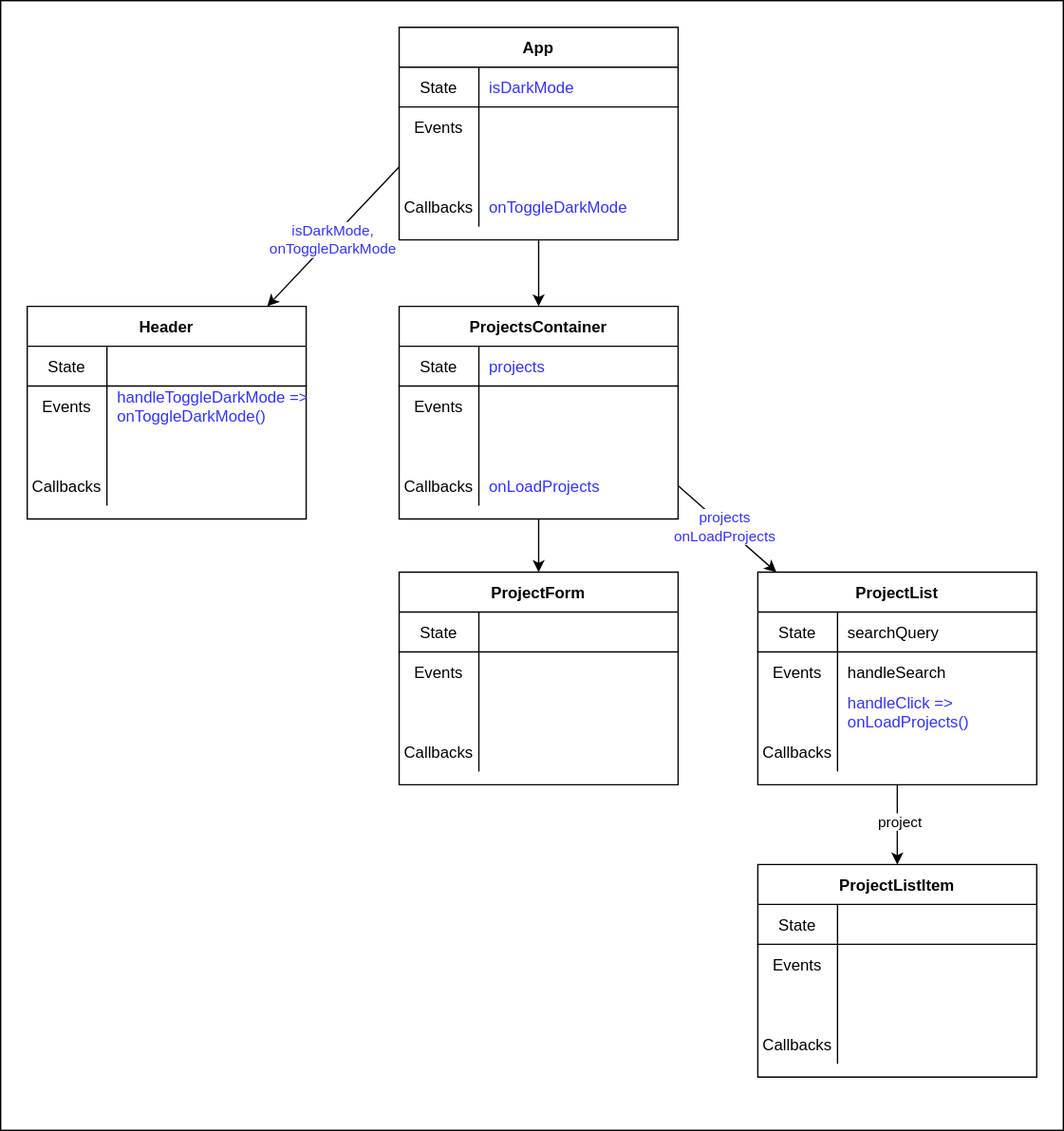
learn-co-curriculum/SENG-LIVE-013023-Phase-2-React keeps this draw.io diagram as 03_information_flow/assets/component-hierarchy-with-updated-data-flow.drawio.svg. Above is the earlier version. Source tidied: cells renumbered, new cells last; positions are measured from the earlier drawing's top-left corner, leaving out a move shared by most shapes. Its diagram source:
```xml
<mxGraphModel>
  <root>
    <mxCell id="0" />
    <mxCell id="1" parent="0" />
    <mxCell id="2" style="rounded=0;whiteSpace=wrap;html=1;" parent="1" vertex="1">
      <mxGeometry width="800" height="850" as="geometry" />
    </mxCell>
    <mxCell id="3" style="edgeStyle=none;html=1;exitX=0;exitY=0.5;exitDx=0;exitDy=0;" parent="1" edge="1" source="16" target="22">
      <mxGeometry relative="1" as="geometry" />
    </mxCell>
    <mxCell id="4" value="&lt;font color=&quot;#3333ff&quot;&gt;isDarkMode,&lt;br&gt;onToggleDarkMode&lt;/font&gt;" style="edgeLabel;html=1;align=center;verticalAlign=middle;" parent="3" vertex="1">
      <mxGeometry x="0.03" y="1" relative="1" as="geometry" />
    </mxCell>
    <mxCell id="5" style="edgeStyle=none;html=1;" parent="1" edge="1" target="35">
      <mxGeometry relative="1" as="geometry">
        <mxPoint x="405" y="390" as="sourcePoint" />
      </mxGeometry>
    </mxCell>
    <mxCell id="6" style="edgeStyle=none;html=1;exitX=1;exitY=0.5;exitDx=0;exitDy=0;" parent="1" edge="1" source="86" target="50">
      <mxGeometry relative="1" as="geometry" />
    </mxCell>
    <mxCell id="7" value="&lt;font color=&quot;#3333ff&quot;&gt;projects&lt;br&gt;onLoadProjects&lt;/font&gt;" style="edgeLabel;html=1;align=center;verticalAlign=middle;" parent="6" vertex="1">
      <mxGeometry x="-0.06" relative="1" as="geometry" />
    </mxCell>
    <mxCell id="8" style="edgeStyle=none;html=1;entryX=0.5;entryY=0;entryDx=0;entryDy=0;" parent="1" edge="1" source="9" target="76">
      <mxGeometry relative="1" as="geometry" />
    </mxCell>
    <mxCell id="9" value="App" style="shape=table;startSize=30;rowLines=0;fontStyle=1;align=center;" parent="1" vertex="1">
      <mxGeometry x="300" y="20" width="210" height="160" as="geometry" />
    </mxCell>
    <mxCell id="10" style="shape=partialRectangle;fillColor=none;top=0;left=0;bottom=1;right=0;" parent="9" vertex="1">
      <mxGeometry y="30" width="210" height="30" as="geometry" />
    </mxCell>
    <mxCell id="11" value="State" style="shape=partialRectangle;fillColor=none;top=0;left=0;bottom=0;right=0;fontStyle=0;overflow=hidden;" parent="10" vertex="1">
      <mxGeometry width="60" height="30" as="geometry" />
    </mxCell>
    <mxCell id="12" value="isDarkMode" style="shape=partialRectangle;fillColor=none;top=0;left=0;bottom=0;right=0;align=left;spacingLeft=6;fontStyle=0;overflow=hidden;fontColor=#3333FF;" parent="10" vertex="1">
      <mxGeometry x="60" width="150" height="30" as="geometry" />
    </mxCell>
    <mxCell id="13" style="shape=partialRectangle;fillColor=none;top=0;left=0;bottom=0;right=0;" parent="9" vertex="1">
      <mxGeometry y="60" width="210" height="30" as="geometry" />
    </mxCell>
    <mxCell id="14" value="Events" style="shape=partialRectangle;fillColor=none;top=0;left=0;bottom=0;right=0;overflow=hidden;" parent="13" vertex="1">
      <mxGeometry width="60" height="30" as="geometry" />
    </mxCell>
    <mxCell id="15" style="shape=partialRectangle;fillColor=none;top=0;left=0;bottom=0;right=0;align=left;spacingLeft=6;overflow=hidden;" parent="13" vertex="1">
      <mxGeometry x="60" width="150" height="30" as="geometry" />
    </mxCell>
    <mxCell id="16" style="shape=partialRectangle;fillColor=none;top=0;left=0;bottom=0;right=0;points=[[0,0.5],[1,0.5]];portConstraint=eastwest;" parent="9" vertex="1">
      <mxGeometry y="90" width="210" height="30" as="geometry" />
    </mxCell>
    <mxCell id="17" style="shape=partialRectangle;fillColor=none;top=0;left=0;bottom=0;right=0;overflow=hidden;" parent="16" vertex="1">
      <mxGeometry width="60" height="30" as="geometry" />
    </mxCell>
    <mxCell id="18" style="shape=partialRectangle;fillColor=none;top=0;left=0;bottom=0;right=0;align=left;spacingLeft=6;overflow=hidden;" parent="16" vertex="1">
      <mxGeometry x="60" width="150" height="30" as="geometry" />
    </mxCell>
    <mxCell id="19" style="shape=partialRectangle;fillColor=none;top=0;left=0;bottom=0;right=0;" parent="9" vertex="1">
      <mxGeometry y="120" width="210" height="30" as="geometry" />
    </mxCell>
    <mxCell id="20" value="Callbacks" style="shape=partialRectangle;fillColor=none;top=0;left=0;bottom=0;right=0;overflow=hidden;" parent="19" vertex="1">
      <mxGeometry width="60" height="30" as="geometry" />
    </mxCell>
    <mxCell id="21" value="onToggleDarkMode" style="shape=partialRectangle;fillColor=none;top=0;left=0;bottom=0;right=0;align=left;spacingLeft=6;overflow=hidden;strokeColor=#3333FF;fontColor=#3333FF;" parent="19" vertex="1">
      <mxGeometry x="60" width="150" height="30" as="geometry" />
    </mxCell>
    <mxCell id="22" value="Header" style="shape=table;startSize=30;rowLines=0;fontStyle=1;align=center;" parent="1" vertex="1">
      <mxGeometry x="20" y="230" width="210" height="160" as="geometry" />
    </mxCell>
    <mxCell id="23" style="shape=partialRectangle;fillColor=none;top=0;left=0;bottom=1;right=0;" parent="22" vertex="1">
      <mxGeometry y="30" width="210" height="30" as="geometry" />
    </mxCell>
    <mxCell id="24" value="State" style="shape=partialRectangle;fillColor=none;top=0;left=0;bottom=0;right=0;fontStyle=0;overflow=hidden;" parent="23" vertex="1">
      <mxGeometry width="60" height="30" as="geometry" />
    </mxCell>
    <mxCell id="25" style="shape=partialRectangle;fillColor=none;top=0;left=0;bottom=0;right=0;align=left;spacingLeft=6;fontStyle=0;overflow=hidden;" parent="23" vertex="1">
      <mxGeometry x="60" width="150" height="30" as="geometry" />
    </mxCell>
    <mxCell id="26" style="shape=partialRectangle;fillColor=none;top=0;left=0;bottom=0;right=0;" parent="22" vertex="1">
      <mxGeometry y="60" width="210" height="30" as="geometry" />
    </mxCell>
    <mxCell id="27" value="Events" style="shape=partialRectangle;fillColor=none;top=0;left=0;bottom=0;right=0;overflow=hidden;" parent="26" vertex="1">
      <mxGeometry width="60" height="30" as="geometry" />
    </mxCell>
    <mxCell id="28" value="handleToggleDarkMode =&gt;&#10;onToggleDarkMode()" style="shape=partialRectangle;fillColor=none;top=0;left=0;bottom=0;right=0;align=left;spacingLeft=6;overflow=hidden;fontColor=#3333FF;" parent="26" vertex="1">
      <mxGeometry x="60" width="150" height="30" as="geometry" />
    </mxCell>
    <mxCell id="29" style="shape=partialRectangle;fillColor=none;top=0;left=0;bottom=0;right=0;" parent="22" vertex="1">
      <mxGeometry y="90" width="210" height="30" as="geometry" />
    </mxCell>
    <mxCell id="30" style="shape=partialRectangle;fillColor=none;top=0;left=0;bottom=0;right=0;overflow=hidden;" parent="29" vertex="1">
      <mxGeometry width="60" height="30" as="geometry" />
    </mxCell>
    <mxCell id="31" style="shape=partialRectangle;fillColor=none;top=0;left=0;bottom=0;right=0;align=left;spacingLeft=6;overflow=hidden;" parent="29" vertex="1">
      <mxGeometry x="60" width="150" height="30" as="geometry" />
    </mxCell>
    <mxCell id="32" style="shape=partialRectangle;fillColor=none;top=0;left=0;bottom=0;right=0;" parent="22" vertex="1">
      <mxGeometry y="120" width="210" height="30" as="geometry" />
    </mxCell>
    <mxCell id="33" value="Callbacks" style="shape=partialRectangle;fillColor=none;top=0;left=0;bottom=0;right=0;overflow=hidden;" parent="32" vertex="1">
      <mxGeometry width="60" height="30" as="geometry" />
    </mxCell>
    <mxCell id="34" style="shape=partialRectangle;fillColor=none;top=0;left=0;bottom=0;right=0;align=left;spacingLeft=6;overflow=hidden;" parent="32" vertex="1">
      <mxGeometry x="60" width="150" height="30" as="geometry" />
    </mxCell>
    <mxCell id="35" value="ProjectForm" style="shape=table;startSize=30;rowLines=0;fontStyle=1;align=center;" parent="1" vertex="1">
      <mxGeometry x="300" y="430" width="210" height="160" as="geometry" />
    </mxCell>
    <mxCell id="36" style="shape=partialRectangle;fillColor=none;top=0;left=0;bottom=1;right=0;" parent="35" vertex="1">
      <mxGeometry y="30" width="210" height="30" as="geometry" />
    </mxCell>
    <mxCell id="37" value="State" style="shape=partialRectangle;fillColor=none;top=0;left=0;bottom=0;right=0;fontStyle=0;overflow=hidden;" parent="36" vertex="1">
      <mxGeometry width="60" height="30" as="geometry" />
    </mxCell>
    <mxCell id="38" style="shape=partialRectangle;fillColor=none;top=0;left=0;bottom=0;right=0;align=left;spacingLeft=6;fontStyle=0;overflow=hidden;" parent="36" vertex="1">
      <mxGeometry x="60" width="150" height="30" as="geometry" />
    </mxCell>
    <mxCell id="39" style="shape=partialRectangle;fillColor=none;top=0;left=0;bottom=0;right=0;" parent="35" vertex="1">
      <mxGeometry y="60" width="210" height="30" as="geometry" />
    </mxCell>
    <mxCell id="40" value="Events" style="shape=partialRectangle;fillColor=none;top=0;left=0;bottom=0;right=0;overflow=hidden;" parent="39" vertex="1">
      <mxGeometry width="60" height="30" as="geometry" />
    </mxCell>
    <mxCell id="41" style="shape=partialRectangle;fillColor=none;top=0;left=0;bottom=0;right=0;align=left;spacingLeft=6;overflow=hidden;" parent="39" vertex="1">
      <mxGeometry x="60" width="150" height="30" as="geometry" />
    </mxCell>
    <mxCell id="42" style="shape=partialRectangle;fillColor=none;top=0;left=0;bottom=0;right=0;" parent="35" vertex="1">
      <mxGeometry y="90" width="210" height="30" as="geometry" />
    </mxCell>
    <mxCell id="43" style="shape=partialRectangle;fillColor=none;top=0;left=0;bottom=0;right=0;overflow=hidden;" parent="42" vertex="1">
      <mxGeometry width="60" height="30" as="geometry" />
    </mxCell>
    <mxCell id="44" style="shape=partialRectangle;fillColor=none;top=0;left=0;bottom=0;right=0;align=left;spacingLeft=6;overflow=hidden;" parent="42" vertex="1">
      <mxGeometry x="60" width="150" height="30" as="geometry" />
    </mxCell>
    <mxCell id="45" style="shape=partialRectangle;fillColor=none;top=0;left=0;bottom=0;right=0;" parent="35" vertex="1">
      <mxGeometry y="120" width="210" height="30" as="geometry" />
    </mxCell>
    <mxCell id="46" value="Callbacks" style="shape=partialRectangle;fillColor=none;top=0;left=0;bottom=0;right=0;overflow=hidden;" parent="45" vertex="1">
      <mxGeometry width="60" height="30" as="geometry" />
    </mxCell>
    <mxCell id="47" style="shape=partialRectangle;fillColor=none;top=0;left=0;bottom=0;right=0;align=left;spacingLeft=6;overflow=hidden;" parent="45" vertex="1">
      <mxGeometry x="60" width="150" height="30" as="geometry" />
    </mxCell>
    <mxCell id="48" style="edgeStyle=none;html=1;" parent="1" edge="1" source="50" target="63">
      <mxGeometry relative="1" as="geometry" />
    </mxCell>
    <mxCell id="49" value="project" style="edgeLabel;html=1;align=center;verticalAlign=middle;" parent="48" vertex="1">
      <mxGeometry x="-0.12" y="1" relative="1" as="geometry" />
    </mxCell>
    <mxCell id="50" value="ProjectList" style="shape=table;startSize=30;rowLines=0;fontStyle=1;align=center;" parent="1" vertex="1">
      <mxGeometry x="570" y="430" width="210" height="160" as="geometry" />
    </mxCell>
    <mxCell id="51" style="shape=partialRectangle;fillColor=none;top=0;left=0;bottom=1;right=0;" parent="50" vertex="1">
      <mxGeometry y="30" width="210" height="30" as="geometry" />
    </mxCell>
    <mxCell id="52" value="State" style="shape=partialRectangle;fillColor=none;top=0;left=0;bottom=0;right=0;fontStyle=0;overflow=hidden;" parent="51" vertex="1">
      <mxGeometry width="60" height="30" as="geometry" />
    </mxCell>
    <mxCell id="53" value="searchQuery" style="shape=partialRectangle;fillColor=none;top=0;left=0;bottom=0;right=0;align=left;spacingLeft=6;fontStyle=0;overflow=hidden;" parent="51" vertex="1">
      <mxGeometry x="60" width="150" height="30" as="geometry" />
    </mxCell>
    <mxCell id="54" style="shape=partialRectangle;fillColor=none;top=0;left=0;bottom=0;right=0;" parent="50" vertex="1">
      <mxGeometry y="60" width="210" height="30" as="geometry" />
    </mxCell>
    <mxCell id="55" value="Events" style="shape=partialRectangle;fillColor=none;top=0;left=0;bottom=0;right=0;overflow=hidden;" parent="54" vertex="1">
      <mxGeometry width="60" height="30" as="geometry" />
    </mxCell>
    <mxCell id="56" value="handleSearch" style="shape=partialRectangle;fillColor=none;top=0;left=0;bottom=0;right=0;align=left;spacingLeft=6;overflow=hidden;" parent="54" vertex="1">
      <mxGeometry x="60" width="150" height="30" as="geometry" />
    </mxCell>
    <mxCell id="57" style="shape=partialRectangle;fillColor=none;top=0;left=0;bottom=0;right=0;" parent="50" vertex="1">
      <mxGeometry y="90" width="210" height="30" as="geometry" />
    </mxCell>
    <mxCell id="58" style="shape=partialRectangle;fillColor=none;top=0;left=0;bottom=0;right=0;overflow=hidden;" parent="57" vertex="1">
      <mxGeometry width="60" height="30" as="geometry" />
    </mxCell>
    <mxCell id="59" value="handleClick =&gt;&#10;onLoadProjects()" style="shape=partialRectangle;fillColor=none;top=0;left=0;bottom=0;right=0;align=left;spacingLeft=6;overflow=hidden;fontColor=#3333FF;" parent="57" vertex="1">
      <mxGeometry x="60" width="150" height="30" as="geometry" />
    </mxCell>
    <mxCell id="60" style="shape=partialRectangle;fillColor=none;top=0;left=0;bottom=0;right=0;" parent="50" vertex="1">
      <mxGeometry y="120" width="210" height="30" as="geometry" />
    </mxCell>
    <mxCell id="61" value="Callbacks" style="shape=partialRectangle;fillColor=none;top=0;left=0;bottom=0;right=0;overflow=hidden;" parent="60" vertex="1">
      <mxGeometry width="60" height="30" as="geometry" />
    </mxCell>
    <mxCell id="62" style="shape=partialRectangle;fillColor=none;top=0;left=0;bottom=0;right=0;align=left;spacingLeft=6;overflow=hidden;" parent="60" vertex="1">
      <mxGeometry x="60" width="150" height="30" as="geometry" />
    </mxCell>
    <mxCell id="63" value="ProjectListItem" style="shape=table;startSize=30;rowLines=0;fontStyle=1;align=center;" parent="1" vertex="1">
      <mxGeometry x="570" y="650" width="210" height="160" as="geometry" />
    </mxCell>
    <mxCell id="64" style="shape=partialRectangle;fillColor=none;top=0;left=0;bottom=1;right=0;" parent="63" vertex="1">
      <mxGeometry y="30" width="210" height="30" as="geometry" />
    </mxCell>
    <mxCell id="65" value="State" style="shape=partialRectangle;fillColor=none;top=0;left=0;bottom=0;right=0;fontStyle=0;overflow=hidden;" parent="64" vertex="1">
      <mxGeometry width="60" height="30" as="geometry" />
    </mxCell>
    <mxCell id="66" style="shape=partialRectangle;fillColor=none;top=0;left=0;bottom=0;right=0;align=left;spacingLeft=6;fontStyle=0;overflow=hidden;" parent="64" vertex="1">
      <mxGeometry x="60" width="150" height="30" as="geometry" />
    </mxCell>
    <mxCell id="67" style="shape=partialRectangle;fillColor=none;top=0;left=0;bottom=0;right=0;" parent="63" vertex="1">
      <mxGeometry y="60" width="210" height="30" as="geometry" />
    </mxCell>
    <mxCell id="68" value="Events" style="shape=partialRectangle;fillColor=none;top=0;left=0;bottom=0;right=0;overflow=hidden;" parent="67" vertex="1">
      <mxGeometry width="60" height="30" as="geometry" />
    </mxCell>
    <mxCell id="69" style="shape=partialRectangle;fillColor=none;top=0;left=0;bottom=0;right=0;align=left;spacingLeft=6;overflow=hidden;" parent="67" vertex="1">
      <mxGeometry x="60" width="150" height="30" as="geometry" />
    </mxCell>
    <mxCell id="70" style="shape=partialRectangle;fillColor=none;top=0;left=0;bottom=0;right=0;" parent="63" vertex="1">
      <mxGeometry y="90" width="210" height="30" as="geometry" />
    </mxCell>
    <mxCell id="71" style="shape=partialRectangle;fillColor=none;top=0;left=0;bottom=0;right=0;overflow=hidden;" parent="70" vertex="1">
      <mxGeometry width="60" height="30" as="geometry" />
    </mxCell>
    <mxCell id="72" style="shape=partialRectangle;fillColor=none;top=0;left=0;bottom=0;right=0;align=left;spacingLeft=6;overflow=hidden;" parent="70" vertex="1">
      <mxGeometry x="60" width="150" height="30" as="geometry" />
    </mxCell>
    <mxCell id="73" style="shape=partialRectangle;fillColor=none;top=0;left=0;bottom=0;right=0;" parent="63" vertex="1">
      <mxGeometry y="120" width="210" height="30" as="geometry" />
    </mxCell>
    <mxCell id="74" value="Callbacks" style="shape=partialRectangle;fillColor=none;top=0;left=0;bottom=0;right=0;overflow=hidden;" parent="73" vertex="1">
      <mxGeometry width="60" height="30" as="geometry" />
    </mxCell>
    <mxCell id="75" style="shape=partialRectangle;fillColor=none;top=0;left=0;bottom=0;right=0;align=left;spacingLeft=6;overflow=hidden;" parent="73" vertex="1">
      <mxGeometry x="60" width="150" height="30" as="geometry" />
    </mxCell>
    <mxCell id="76" value="ProjectsContainer" style="shape=table;startSize=30;rowLines=0;fontStyle=1;align=center;" parent="1" vertex="1">
      <mxGeometry x="300" y="230" width="210" height="160" as="geometry" />
    </mxCell>
    <mxCell id="77" style="shape=partialRectangle;fillColor=none;top=0;left=0;bottom=1;right=0;" parent="76" vertex="1">
      <mxGeometry y="30" width="210" height="30" as="geometry" />
    </mxCell>
    <mxCell id="78" value="State" style="shape=partialRectangle;fillColor=none;top=0;left=0;bottom=0;right=0;fontStyle=0;overflow=hidden;" parent="77" vertex="1">
      <mxGeometry width="60" height="30" as="geometry" />
    </mxCell>
    <mxCell id="79" value="projects" style="shape=partialRectangle;fillColor=none;top=0;left=0;bottom=0;right=0;align=left;spacingLeft=6;fontStyle=0;overflow=hidden;fontColor=#3333FF;" parent="77" vertex="1">
      <mxGeometry x="60" width="150" height="30" as="geometry" />
    </mxCell>
    <mxCell id="80" style="shape=partialRectangle;fillColor=none;top=0;left=0;bottom=0;right=0;" parent="76" vertex="1">
      <mxGeometry y="60" width="210" height="30" as="geometry" />
    </mxCell>
    <mxCell id="81" value="Events" style="shape=partialRectangle;fillColor=none;top=0;left=0;bottom=0;right=0;overflow=hidden;" parent="80" vertex="1">
      <mxGeometry width="60" height="30" as="geometry" />
    </mxCell>
    <mxCell id="82" style="shape=partialRectangle;fillColor=none;top=0;left=0;bottom=0;right=0;align=left;spacingLeft=6;overflow=hidden;" parent="80" vertex="1">
      <mxGeometry x="60" width="150" height="30" as="geometry" />
    </mxCell>
    <mxCell id="83" style="shape=partialRectangle;fillColor=none;top=0;left=0;bottom=0;right=0;" parent="76" vertex="1">
      <mxGeometry y="90" width="210" height="30" as="geometry" />
    </mxCell>
    <mxCell id="84" style="shape=partialRectangle;fillColor=none;top=0;left=0;bottom=0;right=0;overflow=hidden;" parent="83" vertex="1">
      <mxGeometry width="60" height="30" as="geometry" />
    </mxCell>
    <mxCell id="85" style="shape=partialRectangle;fillColor=none;top=0;left=0;bottom=0;right=0;align=left;spacingLeft=6;overflow=hidden;" parent="83" vertex="1">
      <mxGeometry x="60" width="150" height="30" as="geometry" />
    </mxCell>
    <mxCell id="86" style="shape=partialRectangle;fillColor=none;top=0;left=0;bottom=0;right=0;points=[[0,0.5],[1,0.5]];portConstraint=eastwest;" parent="76" vertex="1">
      <mxGeometry y="120" width="210" height="30" as="geometry" />
    </mxCell>
    <mxCell id="87" value="Callbacks" style="shape=partialRectangle;fillColor=none;top=0;left=0;bottom=0;right=0;overflow=hidden;" parent="86" vertex="1">
      <mxGeometry width="60" height="30" as="geometry" />
    </mxCell>
    <mxCell id="88" value="onLoadProjects" style="shape=partialRectangle;fillColor=none;top=0;left=0;bottom=0;right=0;align=left;spacingLeft=6;overflow=hidden;strokeColor=#3333FF;fontColor=#3333FF;" parent="86" vertex="1">
      <mxGeometry x="60" width="150" height="30" as="geometry" />
    </mxCell>
  </root>
</mxGraphModel>
```
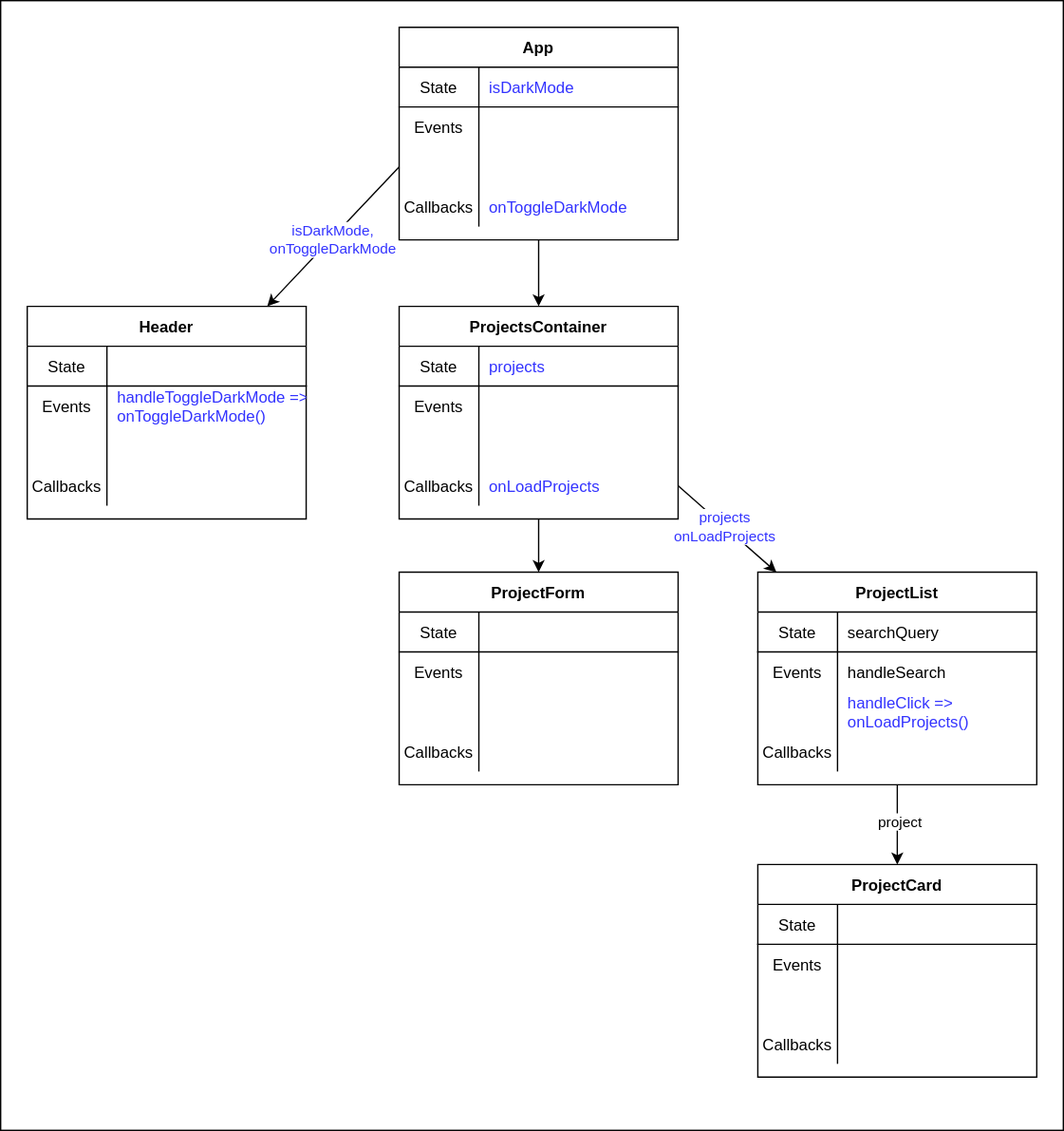
Above is the later version.

What changed in the source:
```diff
@@ -187,7 +187,7 @@
     <mxCell id="62" style="shape=partialRectangle;fillColor=none;top=0;left=0;bottom=0;right=0;align=left;spacingLeft=6;overflow=hidden;" parent="60" vertex="1">
       <mxGeometry x="60" width="150" height="30" as="geometry" />
     </mxCell>
-    <mxCell id="63" value="ProjectListItem" style="shape=table;startSize=30;rowLines=0;fontStyle=1;align=center;" parent="1" vertex="1">
+    <mxCell id="63" value="ProjectCard" style="shape=table;startSize=30;rowLines=0;fontStyle=1;align=center;" parent="1" vertex="1">
       <mxGeometry x="570" y="650" width="210" height="160" as="geometry" />
     </mxCell>
     <mxCell id="64" style="shape=partialRectangle;fillColor=none;top=0;left=0;bottom=1;right=0;" parent="63" vertex="1">
```
